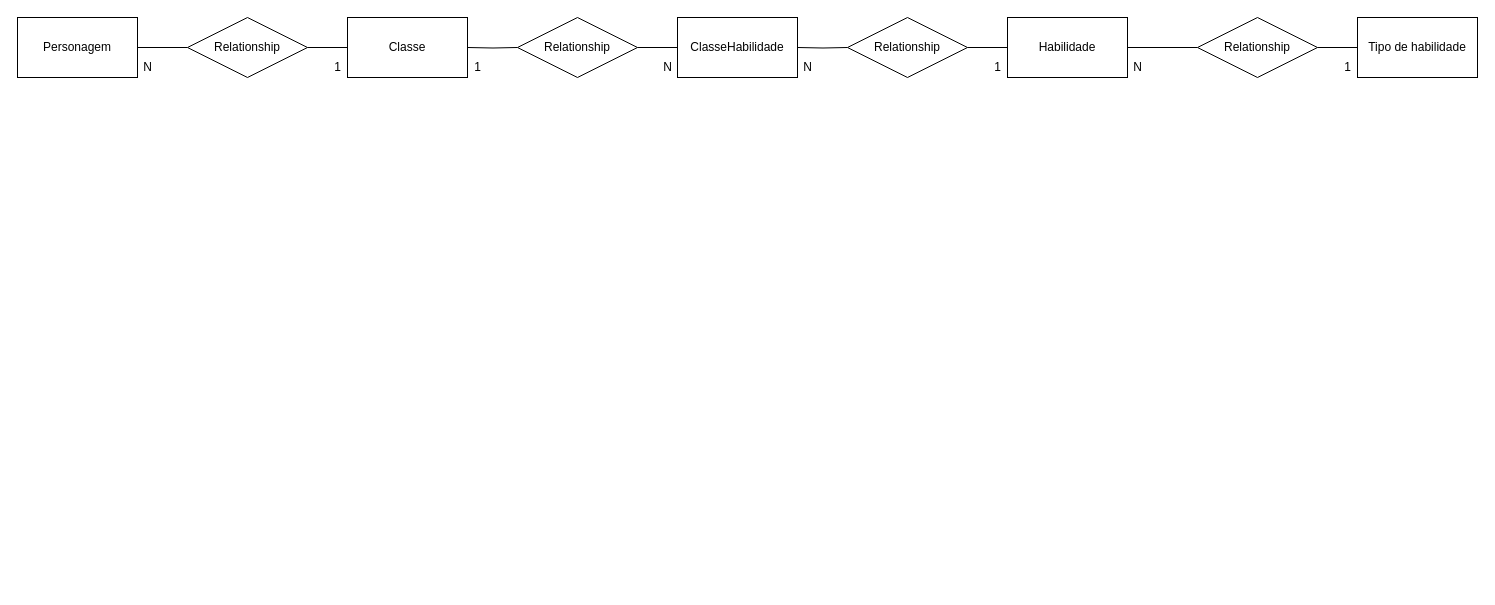
MurilloAssis/2021-2S-2D keeps this draw.io diagram as page "Conceitual" (1 of 4) of 2T-sprint1-bd/Projeto 1 - HROADS/Modelagens/HROADS.drawio. Above is the earlier version. Source tidied: cells renumbered, new cells numbered last; positions are measured from the earlier drawing's top-left corner, leaving out a move shared by most shapes. Both pictures are drawn from the tidied source at 100%, with x=0, y=0 at pixel (17, 17).
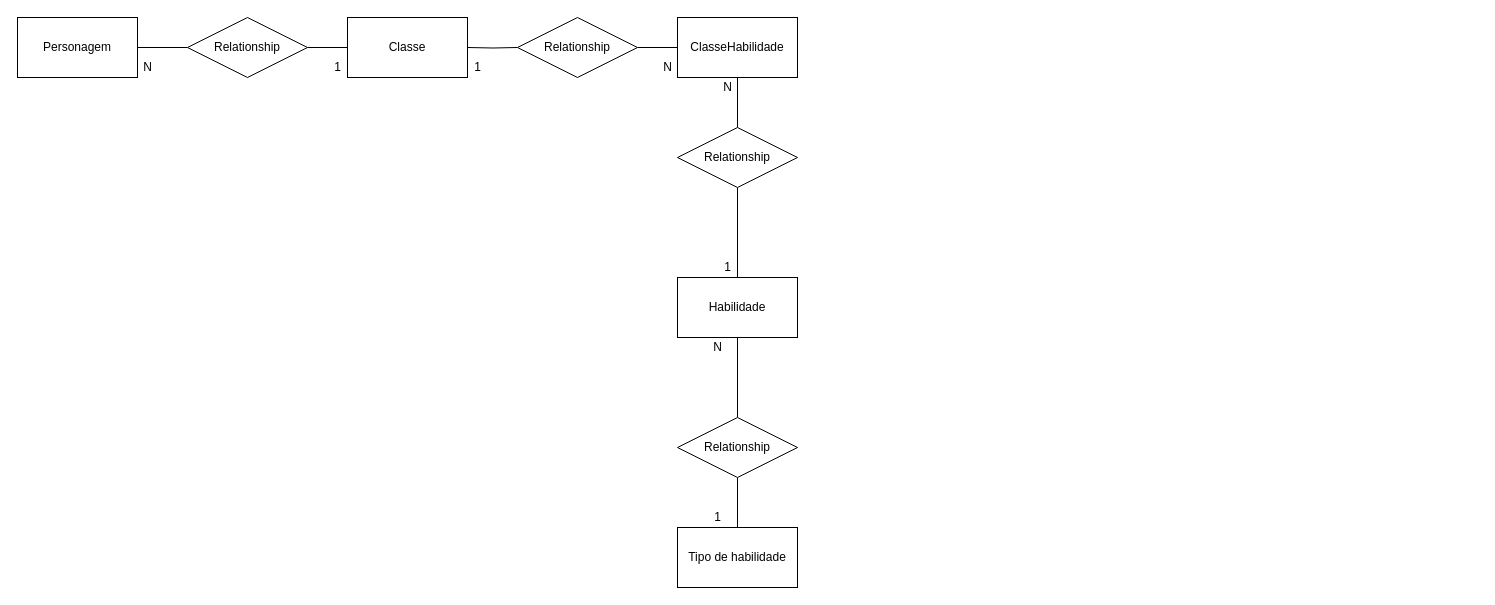
The same page after the edit.

Unchanged cells that the change refers to:
```xml
<mxCell id="8" value="ClasseHabilidade" style="rounded=0;whiteSpace=wrap;html=1;" parent="1" vertex="1">
  <mxGeometry x="660" width="120" height="60" as="geometry" />
</mxCell>
```

What changed in the source:
```diff
@@
-    <mxCell id="11" style="edgeStyle=orthogonalEdgeStyle;rounded=0;jettySize=auto;html=1;endArrow=none;endFill=0;" parent="1" edge="1" target="15">
-      <mxGeometry relative="1" as="geometry">
-        <mxPoint x="780" y="30" as="sourcePoint" />
-      </mxGeometry>
+    <mxCell id="11" style="edgeStyle=orthogonalEdgeStyle;rounded=0;jettySize=auto;html=1;endArrow=none;endFill=0;exitX=0.5;exitY=1;exitDx=0;exitDy=0;" parent="1" edge="1" source="8" target="15">
+      <mxGeometry relative="1" as="geometry" />
     </mxCell>
@@
     <mxCell id="13" value="Habilidade" style="rounded=0;whiteSpace=wrap;html=1;" parent="1" vertex="1">
-      <mxGeometry x="990" width="120" height="60" as="geometry" />
+      <mxGeometry x="660" y="260" width="120" height="60" as="geometry" />
     </mxCell>
@@
     <mxCell id="15" value="Relationship" style="shape=rhombus;perimeter=rhombusPerimeter;whiteSpace=wrap;html=1;align=center;" parent="1" vertex="1">
-      <mxGeometry x="830" width="120" height="60" as="geometry" />
+      <mxGeometry x="660" y="110" width="120" height="60" as="geometry" />
     </mxCell>
@@
     <mxCell id="20" value="Tipo de habilidade" style="rounded=0;whiteSpace=wrap;html=1;" parent="1" vertex="1">
-      <mxGeometry x="1340" width="120" height="60" as="geometry" />
+      <mxGeometry x="660" y="510" width="120" height="60" as="geometry" />
     </mxCell>
@@
     <mxCell id="22" value="Relationship" style="shape=rhombus;perimeter=rhombusPerimeter;whiteSpace=wrap;html=1;align=center;" parent="1" vertex="1">
-      <mxGeometry x="1180" width="120" height="60" as="geometry" />
+      <mxGeometry x="660" y="400" width="120" height="60" as="geometry" />
     </mxCell>
     <mxCell id="23" value="N" style="text;html=1;align=center;verticalAlign=middle;strokeColor=none;" parent="1" vertex="1">
-      <mxGeometry x="780" y="40" width="20" height="20" as="geometry" />
+      <mxGeometry x="700" y="60" width="20" height="20" as="geometry" />
     </mxCell>
     <mxCell id="24" value="1" style="text;html=1;align=center;verticalAlign=middle;strokeColor=none;" parent="1" vertex="1">
-      <mxGeometry x="970" y="40" width="20" height="20" as="geometry" />
+      <mxGeometry x="700" y="240" width="20" height="20" as="geometry" />
     </mxCell>
     <mxCell id="25" value="N" style="text;html=1;align=center;verticalAlign=middle;strokeColor=none;" parent="1" vertex="1">
-      <mxGeometry x="1110" y="40" width="20" height="20" as="geometry" />
+      <mxGeometry x="690" y="320" width="20" height="20" as="geometry" />
     </mxCell>
     <mxCell id="26" value="1" style="text;html=1;align=center;verticalAlign=middle;strokeColor=none;" parent="1" vertex="1">
-      <mxGeometry x="1320" y="40" width="20" height="20" as="geometry" />
+      <mxGeometry x="690" y="490" width="20" height="20" as="geometry" />
     </mxCell>
```
